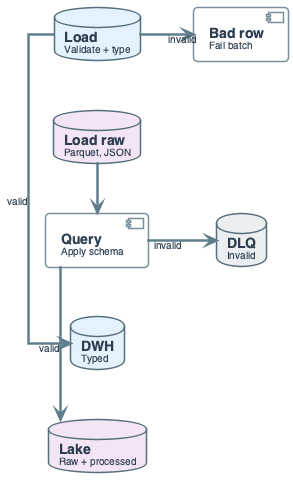
OrPerets/data-engineering-course keeps this PlantUML diagram as diagrams/week05/week5_schema_on_read_vs_write.png. Above is the earlier version.
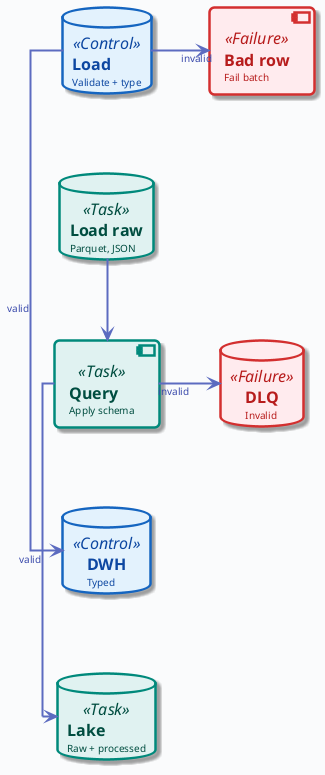
After the change.

Diff of the diagram source:
```diff
@@ -1,53 +1,19 @@
 @startuml
 
+!include ../_template_styles.puml
+
 left to right direction
-skinparam linetype ortho
-skinparam shadowing false
-skinparam roundcorner 8
-skinparam handwritten false
-skinparam nodesep 50
-skinparam ranksep 45
 
-skinparam defaultFontName "Segoe UI, Helvetica, sans-serif"
-skinparam defaultFontSize 16
-skinparam defaultFontColor #2C3E50
-
-skinparam rectangle {
-    BackgroundColor #F8F9FA
-    BorderColor #90A4AE
-    BorderThickness 2
-    FontSize 14
-    Padding 14
-}
-skinparam component {
-    BackgroundColor #FFFFFF
-    BorderColor #78909C
-    BorderThickness 1.5
-    FontSize 14
-    Padding 12
-}
-skinparam database {
-    BackgroundColor #ECEFF1
-    BorderColor #546E7A
-    BorderThickness 1.5
-    FontSize 14
-}
-skinparam arrow {
-    Color #607D8B
-    Thickness 2.5
-    FontSize 11
-}
-
-database "**Load**\n<size:10>Validate + type</size>" as L1 #E3F2FD
-component "**Bad row**\n<size:10>Fail batch</size>" as R1
-database "**DWH**\n<size:10>Typed</size>" as DWH #E3F2FD
+database "**Load**\n<size:10>Validate + type</size>" as L1 <<Control>>
+component "**Bad row**\n<size:10>Fail batch</size>" as R1 <<Failure>>
+database "**DWH**\n<size:10>Typed</size>" as DWH <<Control>>
 L1 -right-> DWH : <size:10>valid</size>
 L1 -down-> R1 : <size:10>invalid</size>
 
-database "**Load raw**\n<size:10>Parquet, JSON</size>" as L2 #F3E5F5
-component "**Query**\n<size:10>Apply schema</size>" as Q2
-database "**DLQ**\n<size:10>Invalid</size>" as DLQ
-database "**Lake**\n<size:10>Raw + processed</size>" as LAKE #F3E5F5
+database "**Load raw**\n<size:10>Parquet, JSON</size>" as L2 <<Task>>
+component "**Query**\n<size:10>Apply schema</size>" as Q2 <<Task>>
+database "**DLQ**\n<size:10>Invalid</size>" as DLQ <<Failure>>
+database "**Lake**\n<size:10>Raw + processed</size>" as LAKE <<Task>>
 L2 -right-> Q2
 Q2 -right-> LAKE : <size:10>valid</size>
 Q2 -down-> DLQ : <size:10>invalid</size>
```
